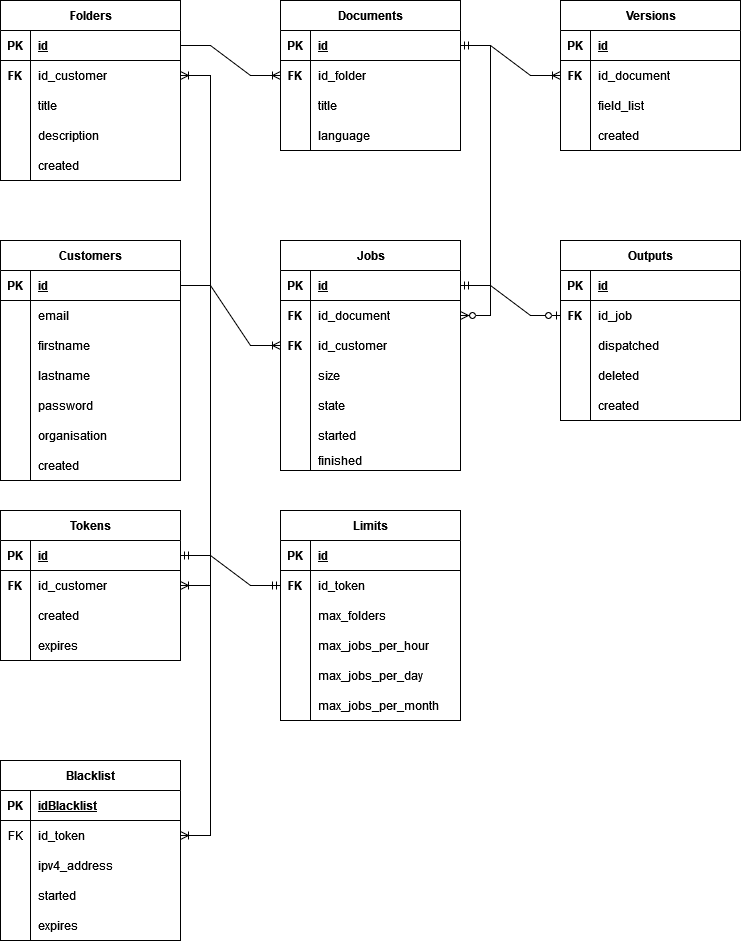
This is docs/pff-api-erd.drawio.png from edenst-TPH/pdf-form-filling-api, a draw.io export, as it was before one commit. Source tidied: cells renumbered, new cells last; positions are measured from the earlier drawing's top-left corner, leaving out a move shared by most shapes.
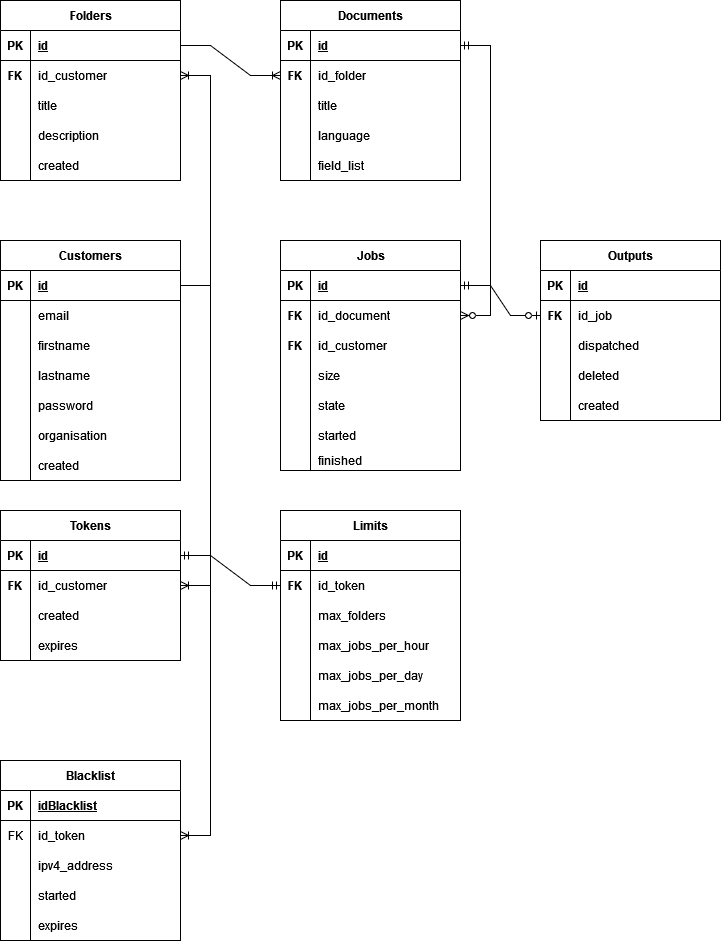
The same file after the commit.

Commit message:
adjusted ERD, field_list in documents migration

What changed in the source:
```diff
@@ -69,7 +69,7 @@
       <mxGeometry x="30" width="150" height="20" as="geometry" />
     </mxCell>
     <mxCell id="24" value="Documents" style="shape=table;startSize=30;rowLines=0;fontStyle=1;align=center;html=1;" parent="1" vertex="1">
-      <mxGeometry x="390" y="210" width="180" height="150" as="geometry" />
+      <mxGeometry x="390" y="210" width="180" height="180" as="geometry" />
     </mxCell>
     <mxCell id="25" style="shape=tableRow;horizontal=0;startSize=0;swimlaneHead=0;swimlaneBody=0;fillColor=none;points=[[0,0.5],[1,0.5]];portConstraint=eastwest;top=0;left=0;right=0;bottom=1;" parent="24" vertex="1">
       <mxGeometry y="30" width="180" height="30" as="geometry" />
@@ -107,6 +107,15 @@
     <mxCell id="36" value="language" style="shape=partialRectangle;fillColor=none;top=0;left=0;bottom=0;right=0;align=left;spacingLeft=6;overflow=hidden;whiteSpace=wrap;html=1;" parent="34" vertex="1">
       <mxGeometry x="30" width="150" height="30" as="geometry" />
     </mxCell>
+    <mxCell id="161" style="shape=tableRow;horizontal=0;startSize=0;swimlaneHead=0;swimlaneBody=0;fillColor=none;top=0;left=0;right=0;bottom=0;" parent="24" vertex="1">
+      <mxGeometry y="150" width="180" height="30" as="geometry" />
+    </mxCell>
+    <mxCell id="162" style="shape=partialRectangle;fillColor=none;top=0;left=0;bottom=0;right=0;overflow=hidden;whiteSpace=wrap;html=1;" parent="161" vertex="1">
+      <mxGeometry width="30" height="30" as="geometry" />
+    </mxCell>
+    <mxCell id="151" value="field_list" style="shape=partialRectangle;fillColor=none;top=0;left=0;bottom=0;right=0;align=left;spacingLeft=6;overflow=hidden;whiteSpace=wrap;html=1;" parent="161" vertex="1">
+      <mxGeometry x="30" width="150" height="30" as="geometry" />
+    </mxCell>
     <mxCell id="37" value="Tokens" style="shape=table;startSize=30;rowLines=0;fontStyle=1;align=center;html=1;" parent="1" vertex="1">
       <mxGeometry x="110" y="720" width="180" height="150" as="geometry" />
     </mxCell>
@@ -372,7 +381,7 @@
       <mxGeometry x="30" width="150" height="30" as="geometry" />
     </mxCell>
     <mxCell id="125" value="Outputs" style="shape=table;startSize=30;rowLines=0;fontStyle=1;align=center;html=1;" parent="1" vertex="1">
-      <mxGeometry x="670" y="450" width="180" height="180" as="geometry" />
+      <mxGeometry x="650" y="450" width="180" height="180" as="geometry" />
     </mxCell>
     <mxCell id="126" style="shape=tableRow;horizontal=0;startSize=0;swimlaneHead=0;swimlaneBody=0;fillColor=none;top=0;left=0;right=0;bottom=1;" parent="125" vertex="1">
       <mxGeometry y="30" width="180" height="30" as="geometry" />
@@ -426,53 +435,6 @@
         </Array>
       </mxGeometry>
     </mxCell>
-    <mxCell id="142" value="Versions" style="shape=table;startSize=30;rowLines=0;fontStyle=1;align=center;html=1;" parent="1" vertex="1">
-      <mxGeometry x="670" y="210" width="180" height="150" as="geometry" />
-    </mxCell>
-    <mxCell id="143" style="shape=tableRow;horizontal=0;startSize=0;swimlaneHead=0;swimlaneBody=0;fillColor=none;top=0;left=0;right=0;bottom=1;" parent="142" vertex="1">
-      <mxGeometry y="30" width="180" height="30" as="geometry" />
-    </mxCell>
-    <mxCell id="144" value="PK" style="shape=partialRectangle;fillColor=none;top=0;left=0;bottom=0;right=0;fontStyle=1;overflow=hidden;whiteSpace=wrap;html=1;" parent="143" vertex="1">
-      <mxGeometry width="30" height="30" as="geometry" />
-    </mxCell>
-    <mxCell id="145" value="id" style="shape=partialRectangle;fillColor=none;top=0;left=0;bottom=0;right=0;align=left;spacingLeft=6;fontStyle=5;overflow=hidden;whiteSpace=wrap;html=1;" parent="143" vertex="1">
-      <mxGeometry x="30" width="150" height="30" as="geometry" />
-    </mxCell>
-    <mxCell id="146" style="shape=tableRow;horizontal=0;startSize=0;swimlaneHead=0;swimlaneBody=0;fillColor=none;points=[[0,0.5],[1,0.5]];portConstraint=eastwest;top=0;left=0;right=0;bottom=0;" parent="142" vertex="1">
-      <mxGeometry y="60" width="180" height="30" as="geometry" />
-    </mxCell>
-    <mxCell id="147" value="FK" style="shape=partialRectangle;fillColor=none;top=0;left=0;bottom=0;right=0;overflow=hidden;whiteSpace=wrap;html=1;fontStyle=1;" parent="146" vertex="1">
-      <mxGeometry width="30" height="30" as="geometry" />
-    </mxCell>
-    <mxCell id="148" value="id_document" style="shape=partialRectangle;fillColor=none;top=0;left=0;bottom=0;right=0;align=left;spacingLeft=6;overflow=hidden;whiteSpace=wrap;html=1;" parent="146" vertex="1">
-      <mxGeometry x="30" width="150" height="30" as="geometry" />
-    </mxCell>
-    <mxCell id="149" style="shape=tableRow;horizontal=0;startSize=0;swimlaneHead=0;swimlaneBody=0;fillColor=none;top=0;left=0;right=0;bottom=0;" parent="142" vertex="1">
-      <mxGeometry y="90" width="180" height="30" as="geometry" />
-    </mxCell>
-    <mxCell id="150" style="shape=partialRectangle;fillColor=none;top=0;left=0;bottom=0;right=0;overflow=hidden;whiteSpace=wrap;html=1;" parent="149" vertex="1">
-      <mxGeometry width="30" height="30" as="geometry" />
-    </mxCell>
-    <mxCell id="151" value="field_list" style="shape=partialRectangle;fillColor=none;top=0;left=0;bottom=0;right=0;align=left;spacingLeft=6;overflow=hidden;whiteSpace=wrap;html=1;" parent="149" vertex="1">
-      <mxGeometry x="30" width="150" height="30" as="geometry" />
-    </mxCell>
-    <mxCell id="152" style="shape=tableRow;horizontal=0;startSize=0;swimlaneHead=0;swimlaneBody=0;fillColor=none;top=0;left=0;right=0;bottom=0;" parent="142" vertex="1">
-      <mxGeometry y="120" width="180" height="30" as="geometry" />
-    </mxCell>
-    <mxCell id="153" style="shape=partialRectangle;fillColor=none;top=0;left=0;bottom=0;right=0;overflow=hidden;whiteSpace=wrap;html=1;" parent="152" vertex="1">
-      <mxGeometry width="30" height="30" as="geometry" />
-    </mxCell>
-    <mxCell id="154" value="created" style="shape=partialRectangle;fillColor=none;top=0;left=0;bottom=0;right=0;align=left;spacingLeft=6;overflow=hidden;whiteSpace=wrap;html=1;" parent="152" vertex="1">
-      <mxGeometry x="30" width="150" height="30" as="geometry" />
-    </mxCell>
-    <mxCell id="155" style="edgeStyle=entityRelationEdgeStyle;fontSize=12;html=1;endArrow=ERoneToMany;rounded=0;exitX=1;exitY=0.5;exitDx=0;exitDy=0;entryX=0;entryY=0.5;entryDx=0;entryDy=0;" parent="1" edge="1" source="25" target="146">
-      <mxGeometry relative="1" as="geometry">
-        <Array as="points">
-          <mxPoint x="600" y="570" />
-          <mxPoint x="650" y="580" />
-        </Array>
-      </mxGeometry>
-    </mxCell>
     <mxCell id="156" style="edgeStyle=entityRelationEdgeStyle;fontSize=12;html=1;endArrow=ERoneToMany;rounded=0;entryX=1;entryY=0.5;entryDx=0;entryDy=0;exitX=1;exitY=0.5;exitDx=0;exitDy=0;" parent="1" edge="1" source="72" target="113">
       <mxGeometry relative="1" as="geometry">
         <Array as="points">
@@ -482,9 +444,6 @@
         </Array>
       </mxGeometry>
     </mxCell>
-    <mxCell id="157" style="edgeStyle=entityRelationEdgeStyle;fontSize=12;html=1;endArrow=ERoneToMany;rounded=0;entryX=0;entryY=0.5;entryDx=0;entryDy=0;exitX=1;exitY=0.5;exitDx=0;exitDy=0;" parent="1" edge="1" source="72" target="9">
-      <mxGeometry relative="1" as="geometry" />
-    </mxCell>
     <mxCell id="158" style="edgeStyle=entityRelationEdgeStyle;fontSize=12;html=1;endArrow=ERoneToMany;rounded=0;exitX=1;exitY=0.5;exitDx=0;exitDy=0;entryX=1;entryY=0.5;entryDx=0;entryDy=0;" parent="1" edge="1" source="72" target="41">
       <mxGeometry relative="1" as="geometry" />
     </mxCell>
```
